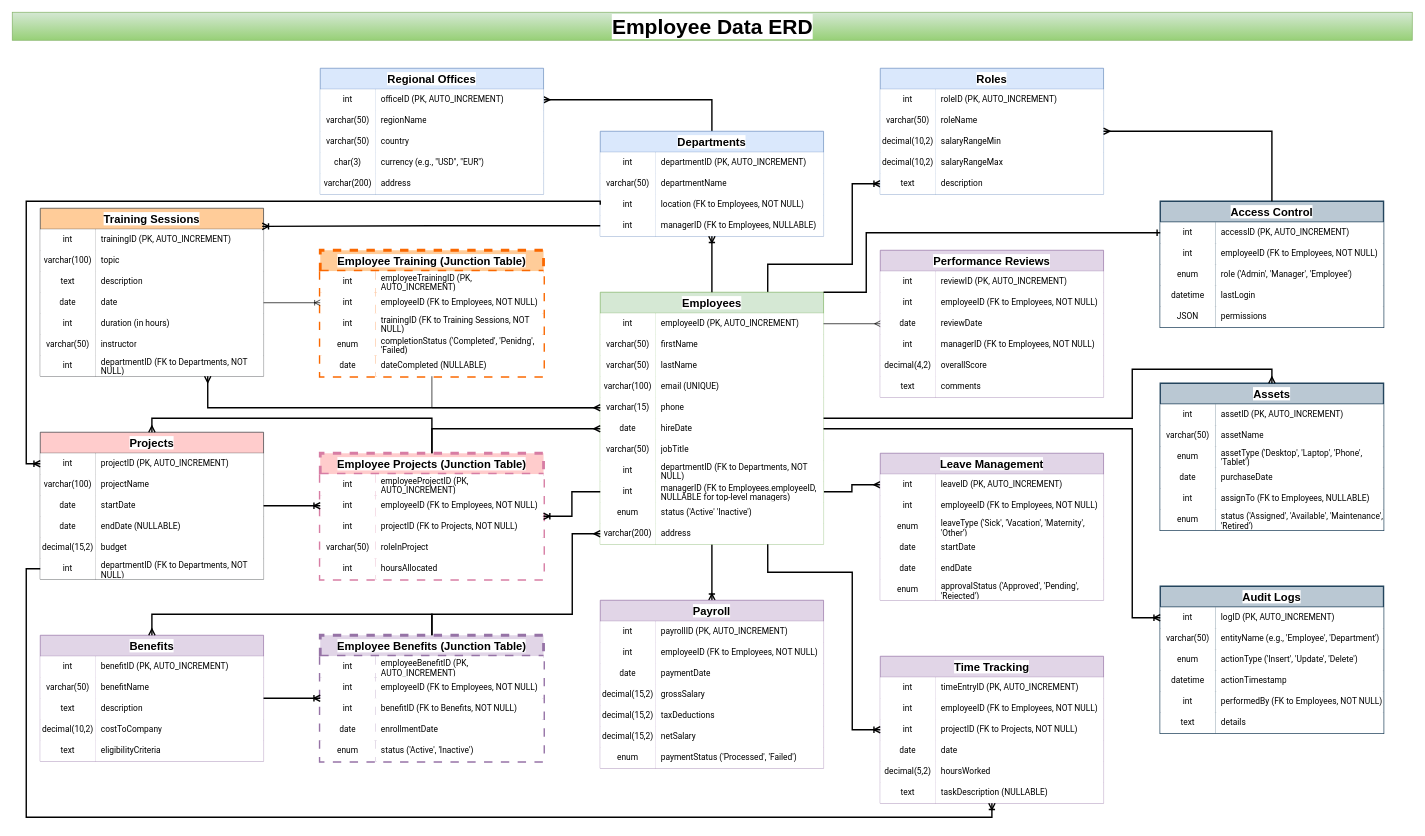
Before: erd-diagram.drawio in HoneyBunny3/employee-data-management, a draw.io diagram. Source tidied: cells renumbered, new cells numbered last; positions are measured from the earlier drawing's top-left corner, leaving out a move shared by most shapes. Both pictures are drawn from the tidied source at 70%, with x=0, y=0 at pixel (12, 12).
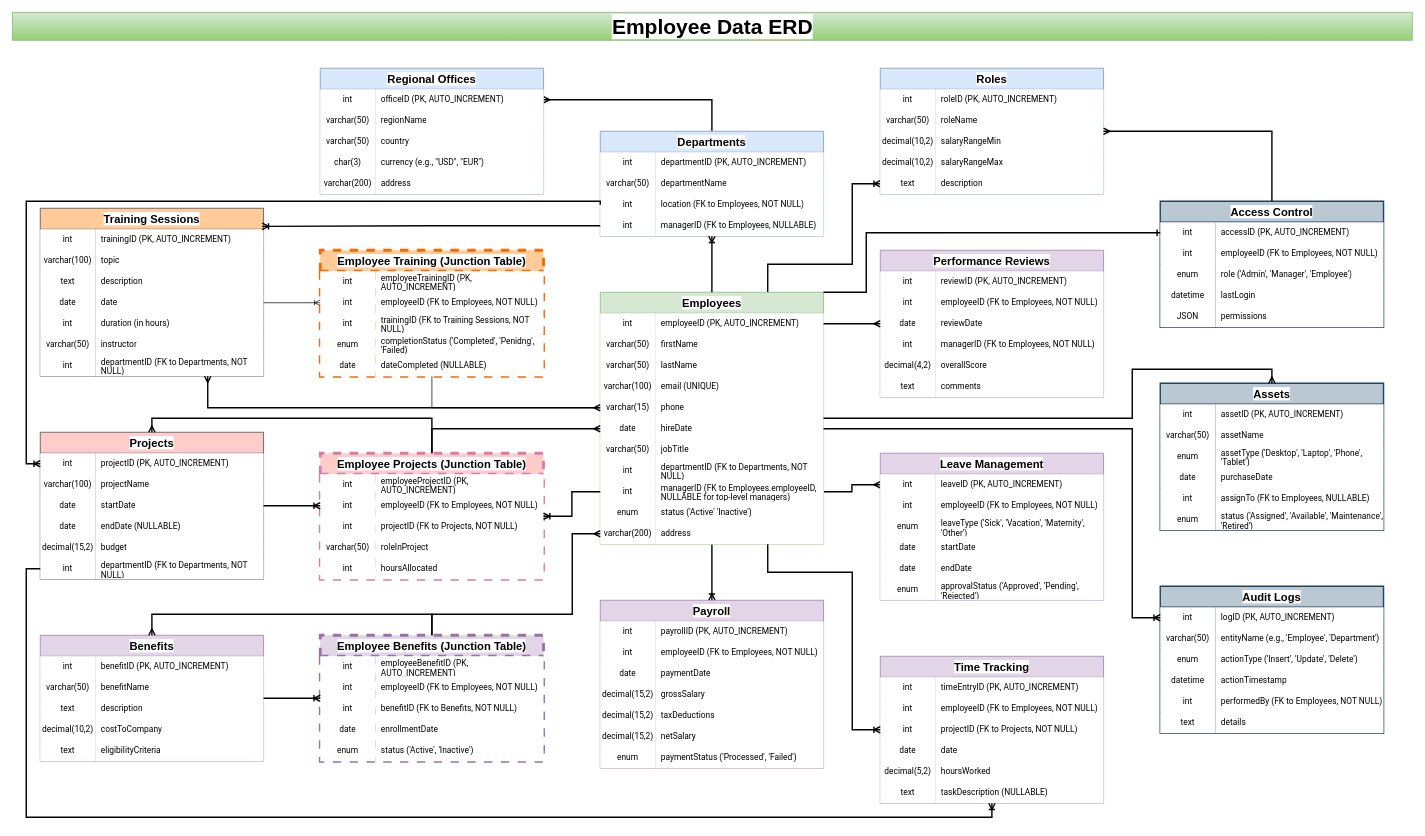
The same diagram, later.

The change refers to these unchanged cells:
```xml
<mxCell id="7" style="shape=tableRow;horizontal=0;startSize=0;swimlaneHead=0;swimlaneBody=0;top=0;left=0;bottom=0;right=0;fillColor=none;points=[[0,0.5],[1,0.5]];portConstraint=eastwest;strokeColor=inherit;fontSize=16;labelBackgroundColor=default;whiteSpace=wrap;" parent="6" vertex="1">
  <mxGeometry y="30" width="319" height="30" as="geometry" />
</mxCell>
<mxCell id="166" style="shape=tableRow;horizontal=0;startSize=0;swimlaneHead=0;swimlaneBody=0;top=0;left=0;bottom=0;right=0;fillColor=none;points=[[0,0.5],[1,0.5]];portConstraint=eastwest;strokeColor=inherit;fontSize=16;labelBackgroundColor=default;whiteSpace=wrap;" parent="159" vertex="1">
  <mxGeometry y="90" width="319" height="30" as="geometry" />
</mxCell>
```

Diff of the diagram source:
```diff
@@
-    <mxCell id="332" style="edgeStyle=orthogonalEdgeStyle;rounded=0;jettySize=auto;html=1;exitX=1;exitY=0.5;exitDx=0;exitDy=0;entryX=0;entryY=0.5;entryDx=0;entryDy=0;endArrow=ERmany;endFill=0;" parent="1" edge="1" source="7" target="166">
+    <mxCell id="332" style="edgeStyle=orthogonalEdgeStyle;rounded=0;jettySize=auto;html=1;exitX=1;exitY=0.5;exitDx=0;exitDy=0;entryX=0;entryY=0.5;entryDx=0;entryDy=0;endArrow=ERmany;endFill=0;strokeWidth=2;" parent="1" edge="1" source="7" target="166">
       <mxGeometry relative="1" as="geometry" />
     </mxCell>
```
